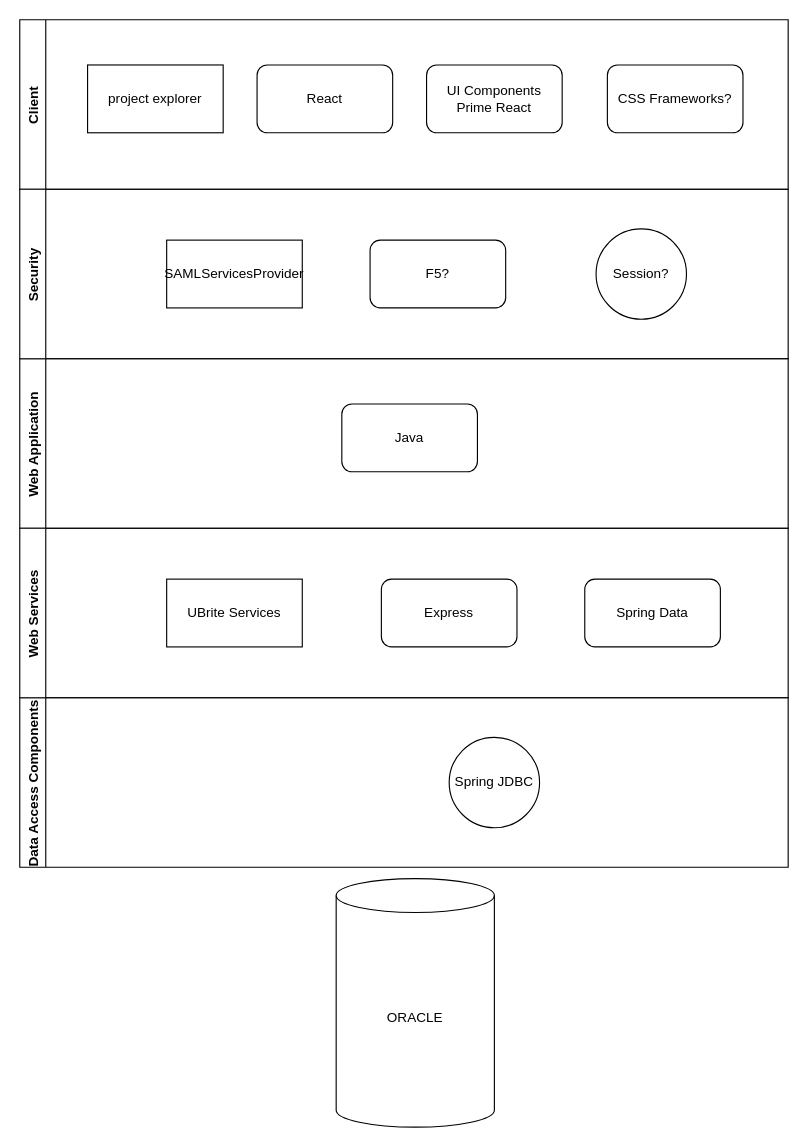
Before: page "Current" (1 of 4) of Tech Stack Options.drawio in ntimkovich/UAB-II-Diagrams, a draw.io diagram. Source tidied: cells renumbered, new cells numbered last; positions are measured from the earlier drawing's top-left corner, leaving out a move shared by most shapes. Both pictures are drawn from the tidied source at 113%, with x=0, y=0 at pixel (19, 19).
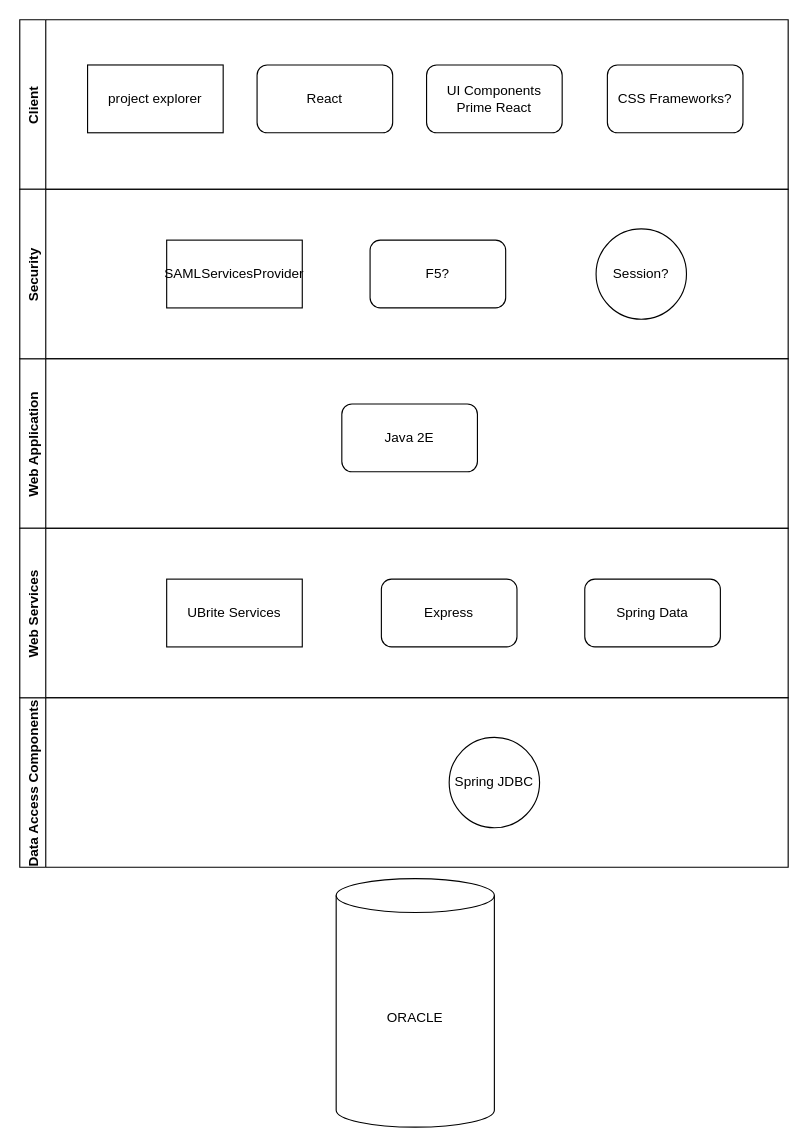
The same diagram, later.

Diff of the diagram source:
```diff
@@
 <mxGraphModel>
   <root>
     <mxCell id="0" />
     <mxCell id="1" parent="0" />
     <mxCell id="2" value="ORACLE" style="shape=cylinder3;whiteSpace=wrap;html=1;boundedLbl=1;backgroundOutline=1;size=15;" parent="1" vertex="1">
       <mxGeometry x="280" y="760" width="140" height="220" as="geometry" />
     </mxCell>
     <mxCell id="3" value="Data Access Components" style="swimlane;horizontal=0;" parent="1" vertex="1">
       <mxGeometry y="600" width="680" height="150" as="geometry" />
     </mxCell>
     <mxCell id="4" value="Spring JDBC" style="ellipse;whiteSpace=wrap;html=1;" parent="3" vertex="1">
       <mxGeometry x="380" y="35" width="80" height="80" as="geometry" />
     </mxCell>
     <mxCell id="5" value="Web Application" style="swimlane;horizontal=0;" parent="1" vertex="1">
       <mxGeometry y="300" width="680" height="150" as="geometry" />
     </mxCell>
-    <mxCell id="6" value="Java" style="rounded=1;whiteSpace=wrap;html=1;" parent="5" vertex="1">
+    <mxCell id="6" value="Java 2E" style="rounded=1;whiteSpace=wrap;html=1;" parent="5" vertex="1">
       <mxGeometry x="285" y="40" width="120" height="60" as="geometry" />
     </mxCell>
     <mxCell id="7" value="Client" style="swimlane;horizontal=0;startSize=23;" parent="1" vertex="1">
       <mxGeometry width="680" height="150" as="geometry" />
     </mxCell>
     <mxCell id="8" value="React" style="rounded=1;whiteSpace=wrap;html=1;" parent="7" vertex="1">
       <mxGeometry x="210" y="40" width="120" height="60" as="geometry" />
     </mxCell>
     <mxCell id="9" value="CSS Frameworks?" style="rounded=1;whiteSpace=wrap;html=1;" parent="7" vertex="1">
       <mxGeometry x="520" y="40" width="120" height="60" as="geometry" />
     </mxCell>
     <mxCell id="10" value="UI Components&lt;br&gt;Prime React" style="rounded=1;whiteSpace=wrap;html=1;" parent="7" vertex="1">
       <mxGeometry x="360" y="40" width="120" height="60" as="geometry" />
     </mxCell>
     <mxCell id="11" value="project explorer" style="rounded=0;whiteSpace=wrap;html=1;" parent="7" vertex="1">
       <mxGeometry x="60" y="40" width="120" height="60" as="geometry" />
     </mxCell>
     <mxCell id="12" value="Security" style="swimlane;horizontal=0;" parent="1" vertex="1">
       <mxGeometry y="150" width="680" height="150" as="geometry" />
     </mxCell>
     <mxCell id="13" value="F5?" style="rounded=1;whiteSpace=wrap;html=1;" parent="12" vertex="1">
       <mxGeometry x="310" y="45" width="120" height="60" as="geometry" />
     </mxCell>
     <mxCell id="14" value="Session?" style="ellipse;whiteSpace=wrap;html=1;" parent="12" vertex="1">
       <mxGeometry x="510" y="35" width="80" height="80" as="geometry" />
     </mxCell>
     <mxCell id="15" value="SAMLServicesProvider" style="rounded=0;whiteSpace=wrap;html=1;" parent="12" vertex="1">
       <mxGeometry x="130" y="45" width="120" height="60" as="geometry" />
     </mxCell>
     <mxCell id="16" value="Web Services" style="swimlane;horizontal=0;" parent="1" vertex="1">
       <mxGeometry y="450" width="680" height="150" as="geometry" />
     </mxCell>
     <mxCell id="17" value="Express" style="rounded=1;whiteSpace=wrap;html=1;" parent="16" vertex="1">
       <mxGeometry x="320" y="45" width="120" height="60" as="geometry" />
     </mxCell>
     <mxCell id="18" value="Spring Data" style="rounded=1;whiteSpace=wrap;html=1;" parent="16" vertex="1">
       <mxGeometry x="500" y="45" width="120" height="60" as="geometry" />
     </mxCell>
     <mxCell id="19" value="UBrite Services" style="rounded=0;whiteSpace=wrap;html=1;" parent="16" vertex="1">
       <mxGeometry x="130" y="45" width="120" height="60" as="geometry" />
     </mxCell>
   </root>
 </mxGraphModel>
```
